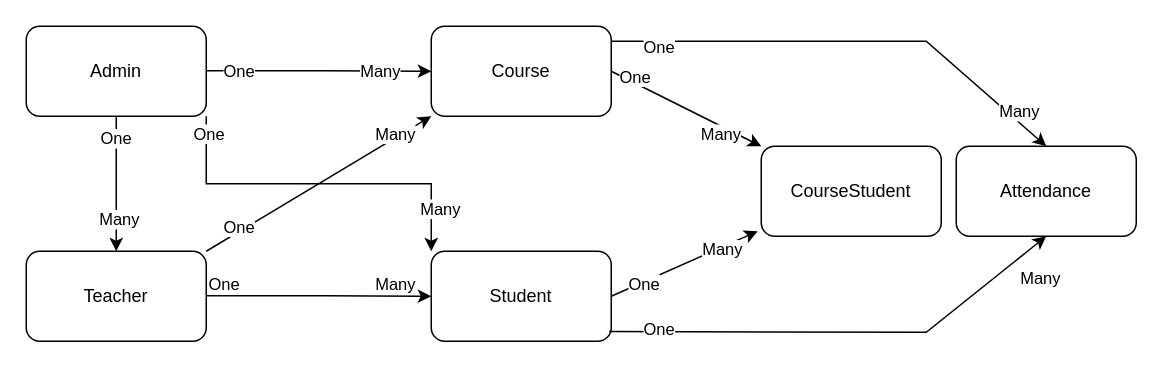
The draw.io diagram AttendanceSystem/Information/Relational Diagram.drawio in RubaiyadNoorShahriar1999/Attendance-System-for-Devskill, before the edit. Source tidied: cells renumbered, new cells numbered last; positions are measured from the earlier drawing's top-left corner, leaving out a move shared by most shapes. Both pictures are drawn from the tidied source at 150%, with x=0, y=0 at pixel (26, 26).
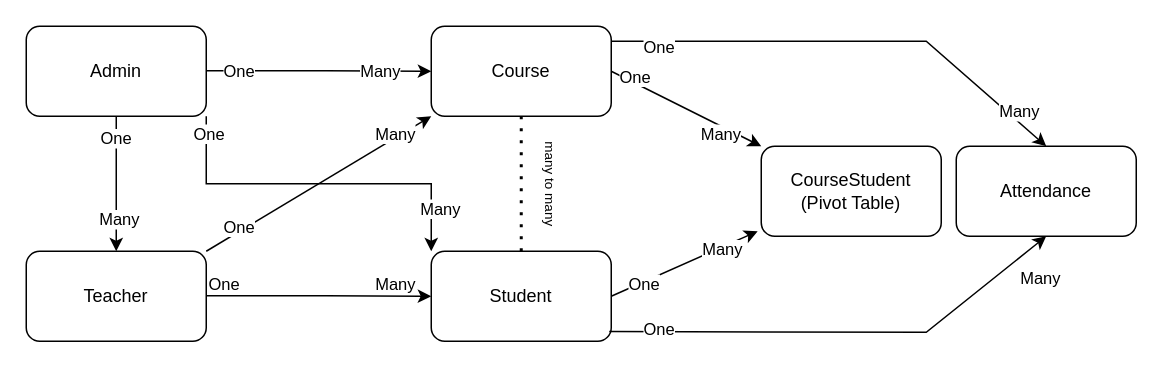
The same page after the edit.

The change refers to these unchanged cells:
```xml
<mxCell id="4" value="Student" style="rounded=1;whiteSpace=wrap;html=1;" parent="1" vertex="1">
  <mxGeometry x="270" y="150" width="120" height="60" as="geometry" />
</mxCell>
<mxCell id="6" value="Course" style="rounded=1;whiteSpace=wrap;html=1;" parent="1" vertex="1">
  <mxGeometry x="270" width="120" height="60" as="geometry" />
</mxCell>
```

The edit, as a diff of the source:
```diff
@@
-    <mxCell id="7" value="CourseStudent" style="rounded=1;whiteSpace=wrap;html=1;" parent="1" vertex="1">
+    <mxCell id="7" value="CourseStudent&lt;br&gt;(Pivot Table)" style="rounded=1;whiteSpace=wrap;html=1;" parent="1" vertex="1">
       <mxGeometry x="490" y="80" width="120" height="60" as="geometry" />
     </mxCell>
@@
+    <mxCell id="35" style="endArrow=none;dashed=1;html=1;dashPattern=1 3;strokeWidth=2;rounded=0;entryX=0.5;entryY=1;entryDx=0;entryDy=0;exitX=0.5;exitY=0;exitDx=0;exitDy=0;" parent="1" edge="1" source="4" target="6">
+      <mxGeometry relative="1" as="geometry" />
+    </mxCell>
+    <mxCell id="36" value="&lt;font style=&quot;font-size: 9px;&quot;&gt;many to many&lt;/font&gt;" style="text;html=1;align=center;verticalAlign=middle;strokeColor=none;fillColor=none;rotation=90;" parent="1" vertex="1">
+      <mxGeometry x="310" y="90" width="80" height="30" as="geometry" />
+    </mxCell>
```
